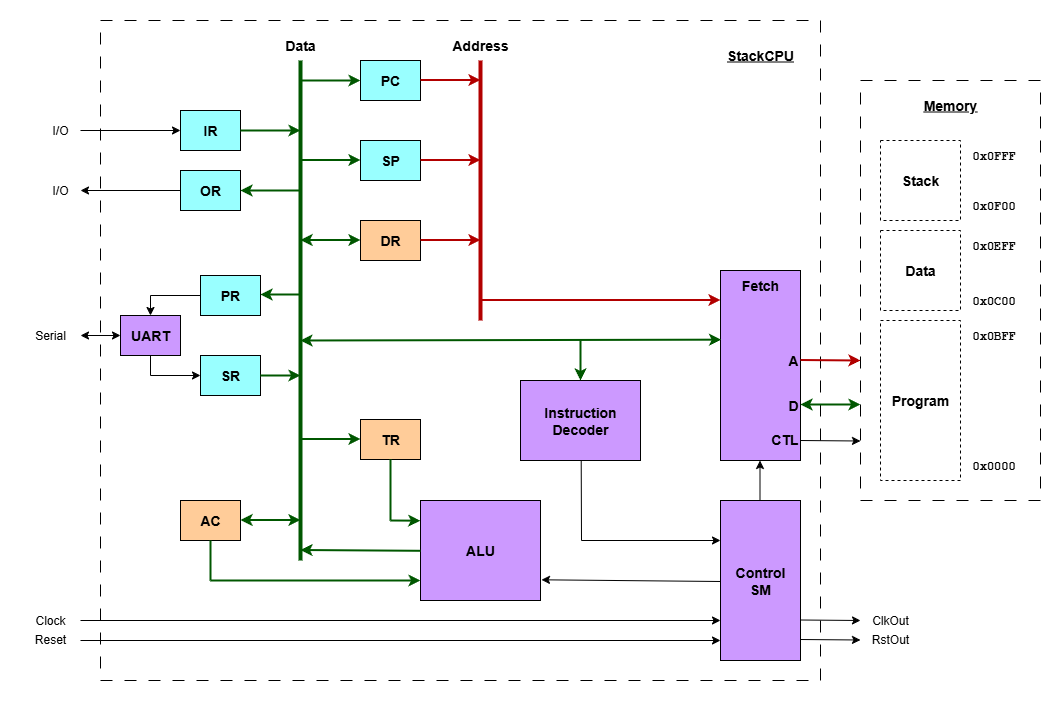
dervish77/StackCPU keeps this draw.io diagram as docs/StackCPU-Architecture.png. Above is the earlier version. Source tidied: cells renumbered, new cells last; positions are measured from the earlier drawing's top-left corner, leaving out a move shared by most shapes.
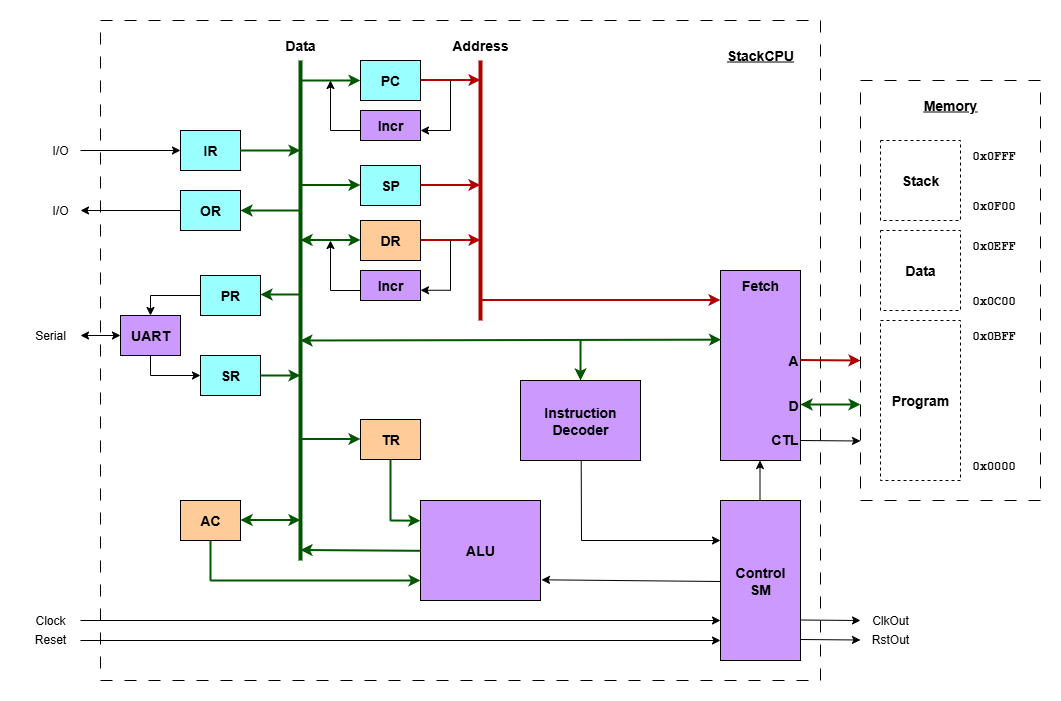
After the change.

Commit message:
added 'incr' blocks to arch diagram

Diff of the diagram source:
```diff
@@ -39,7 +39,7 @@
       <mxGeometry x="950" y="120" width="60" height="30" as="geometry" />
     </mxCell>
     <mxCell id="14" value="&lt;font style=&quot;font-size: 14px;&quot;&gt;&lt;b&gt;SP&lt;/b&gt;&lt;/font&gt;" style="rounded=0;whiteSpace=wrap;html=1;fillColor=#99FFFF;" parent="1" vertex="1">
-      <mxGeometry x="340" y="120" width="60" height="40" as="geometry" />
+      <mxGeometry x="340" y="145" width="60" height="40" as="geometry" />
     </mxCell>
     <mxCell id="15" value="&lt;font style=&quot;font-size: 14px;&quot;&gt;&lt;b&gt;DR&lt;/b&gt;&lt;/font&gt;" style="rounded=0;whiteSpace=wrap;html=1;fillColor=#FFCC99;" parent="1" vertex="1">
       <mxGeometry x="340" y="200" width="60" height="40" as="geometry" />
@@ -48,10 +48,10 @@
       <mxGeometry x="160" y="480" width="60" height="40" as="geometry" />
     </mxCell>
     <mxCell id="17" value="&lt;font style=&quot;font-size: 14px;&quot;&gt;&lt;b&gt;IR&lt;/b&gt;&lt;/font&gt;" style="rounded=0;whiteSpace=wrap;html=1;fillColor=#99FFFF;" parent="1" vertex="1">
-      <mxGeometry x="160" y="90" width="60" height="40" as="geometry" />
+      <mxGeometry x="160" y="110" width="60" height="40" as="geometry" />
     </mxCell>
     <mxCell id="18" value="&lt;font style=&quot;font-size: 14px;&quot;&gt;&lt;b&gt;OR&lt;/b&gt;&lt;/font&gt;" style="rounded=0;whiteSpace=wrap;html=1;fillColor=#99FFFF;" parent="1" vertex="1">
-      <mxGeometry x="160" y="150" width="60" height="40" as="geometry" />
+      <mxGeometry x="160" y="170" width="60" height="40" as="geometry" />
     </mxCell>
     <mxCell id="19" value="&lt;font style=&quot;font-size: 14px;&quot;&gt;&lt;b&gt;PR&lt;/b&gt;&lt;/font&gt;" style="rounded=0;whiteSpace=wrap;html=1;fillColor=#99FFFF;" parent="1" vertex="1">
       <mxGeometry x="180" y="255" width="60" height="40" as="geometry" />
@@ -93,8 +93,8 @@
     </mxCell>
     <mxCell id="29" style="endArrow=classic;html=1;rounded=0;entryX=0;entryY=0.5;entryDx=0;entryDy=0;fillColor=#008a00;strokeColor=#005700;strokeWidth=2;" parent="1" edge="1">
       <mxGeometry relative="1" as="geometry">
-        <mxPoint x="280" y="139.5" as="sourcePoint" />
-        <mxPoint x="340" y="139.5" as="targetPoint" />
+        <mxPoint x="280" y="164.5" as="sourcePoint" />
+        <mxPoint x="340" y="164.5" as="targetPoint" />
       </mxGeometry>
     </mxCell>
     <mxCell id="30" style="endArrow=classic;html=1;rounded=0;entryX=0;entryY=0.5;entryDx=0;entryDy=0;fillColor=#e51400;strokeColor=#B20000;strokeWidth=2;" parent="1" edge="1">
@@ -105,8 +105,8 @@
     </mxCell>
     <mxCell id="31" style="endArrow=classic;html=1;rounded=0;entryX=0;entryY=0.5;entryDx=0;entryDy=0;fillColor=#e51400;strokeColor=#B20000;strokeWidth=2;" parent="1" edge="1">
       <mxGeometry relative="1" as="geometry">
-        <mxPoint x="400" y="139.5" as="sourcePoint" />
-        <mxPoint x="460" y="139.5" as="targetPoint" />
+        <mxPoint x="400" y="164.5" as="sourcePoint" />
+        <mxPoint x="460" y="164.5" as="targetPoint" />
       </mxGeometry>
     </mxCell>
     <mxCell id="32" style="endArrow=classic;html=1;rounded=0;entryX=0;entryY=0.5;entryDx=0;entryDy=0;fillColor=#e51400;strokeColor=#B20000;strokeWidth=2;" parent="1" edge="1">
@@ -141,14 +141,14 @@
     </mxCell>
     <mxCell id="38" style="endArrow=classic;html=1;rounded=0;fillColor=#008a00;strokeColor=#005700;strokeWidth=2;" parent="1" edge="1">
       <mxGeometry relative="1" as="geometry">
-        <mxPoint x="280" y="170" as="sourcePoint" />
-        <mxPoint x="220" y="170" as="targetPoint" />
+        <mxPoint x="280" y="190" as="sourcePoint" />
+        <mxPoint x="220" y="190" as="targetPoint" />
       </mxGeometry>
     </mxCell>
     <mxCell id="39" style="endArrow=classic;html=1;rounded=0;entryX=0;entryY=0.5;entryDx=0;entryDy=0;fillColor=#008a00;strokeColor=#005700;strokeWidth=2;" parent="1" edge="1">
       <mxGeometry relative="1" as="geometry">
-        <mxPoint x="220" y="110" as="sourcePoint" />
-        <mxPoint x="280" y="110" as="targetPoint" />
+        <mxPoint x="220" y="130" as="sourcePoint" />
+        <mxPoint x="280" y="130" as="targetPoint" />
       </mxGeometry>
     </mxCell>
     <mxCell id="40" style="endArrow=classic;html=1;rounded=0;fillColor=#008a00;strokeColor=#005700;strokeWidth=2;" parent="1" edge="1">
@@ -188,23 +188,23 @@
     </mxCell>
     <mxCell id="46" style="endArrow=classic;html=1;rounded=0;" parent="1" edge="1">
       <mxGeometry relative="1" as="geometry">
-        <mxPoint x="160" y="170" as="sourcePoint" />
-        <mxPoint x="60" y="170" as="targetPoint" />
+        <mxPoint x="160" y="190" as="sourcePoint" />
+        <mxPoint x="60" y="190" as="targetPoint" />
       </mxGeometry>
     </mxCell>
     <mxCell id="47" style="endArrow=classic;html=1;rounded=0;entryX=0;entryY=0.5;entryDx=0;entryDy=0;" parent="1" edge="1" target="17">
       <mxGeometry relative="1" as="geometry">
-        <mxPoint x="60" y="110" as="sourcePoint" />
+        <mxPoint x="60" y="130" as="sourcePoint" />
       </mxGeometry>
     </mxCell>
     <mxCell id="48" value="&lt;font&gt;&lt;b&gt;&lt;u&gt;Memory&lt;/u&gt;&lt;/b&gt;&lt;/font&gt;" style="text;html=1;align=center;verticalAlign=middle;whiteSpace=wrap;rounded=0;fontSize=14;" parent="1" vertex="1">
       <mxGeometry x="900" y="70" width="60" height="30" as="geometry" />
     </mxCell>
     <mxCell id="49" value="I/O" style="text;html=1;align=center;verticalAlign=middle;whiteSpace=wrap;rounded=0;" parent="1" vertex="1">
-      <mxGeometry x="10" y="95" width="60" height="30" as="geometry" />
+      <mxGeometry x="10" y="115" width="60" height="30" as="geometry" />
     </mxCell>
     <mxCell id="50" value="I/O" style="text;html=1;align=center;verticalAlign=middle;whiteSpace=wrap;rounded=0;" parent="1" vertex="1">
-      <mxGeometry x="10" y="155" width="60" height="30" as="geometry" />
+      <mxGeometry x="10" y="175" width="60" height="30" as="geometry" />
     </mxCell>
     <mxCell id="51" value="Serial" style="text;html=1;align=center;verticalAlign=middle;whiteSpace=wrap;rounded=0;" parent="1" vertex="1">
       <mxGeometry y="300" width="60" height="30" as="geometry" />
@@ -345,5 +345,59 @@
     <mxCell id="80" value="Reset" style="text;html=1;align=center;verticalAlign=middle;whiteSpace=wrap;rounded=0;" parent="1" vertex="1">
       <mxGeometry y="604" width="60" height="30" as="geometry" />
     </mxCell>
+    <mxCell id="81" value="&lt;font style=&quot;font-size: 14px;&quot;&gt;&lt;b&gt;Incr&lt;/b&gt;&lt;/font&gt;" style="rounded=0;whiteSpace=wrap;html=1;fillColor=#CC99FF;" parent="1" vertex="1">
+      <mxGeometry x="340" y="90" width="60" height="30" as="geometry" />
+    </mxCell>
+    <mxCell id="82" value="&lt;font style=&quot;font-size: 14px;&quot;&gt;&lt;b&gt;Incr&lt;/b&gt;&lt;/font&gt;" style="rounded=0;whiteSpace=wrap;html=1;fillColor=#CC99FF;" parent="1" vertex="1">
+      <mxGeometry x="340" y="250" width="60" height="30" as="geometry" />
+    </mxCell>
+    <mxCell id="83" style="endArrow=none;html=1;rounded=0;" parent="1" edge="1">
+      <mxGeometry relative="1" as="geometry">
+        <mxPoint x="430" y="110" as="sourcePoint" />
+        <mxPoint x="430" y="60" as="targetPoint" />
+      </mxGeometry>
+    </mxCell>
+    <mxCell id="84" style="endArrow=classic;html=1;rounded=0;" parent="1" edge="1">
+      <mxGeometry relative="1" as="geometry">
+        <mxPoint x="430" y="110" as="sourcePoint" />
+        <mxPoint x="400" y="110" as="targetPoint" />
+      </mxGeometry>
+    </mxCell>
+    <mxCell id="85" style="endArrow=none;html=1;rounded=0;" parent="1" edge="1">
+      <mxGeometry relative="1" as="geometry">
+        <mxPoint x="310" y="110" as="sourcePoint" />
+        <mxPoint x="340" y="110" as="targetPoint" />
+      </mxGeometry>
+    </mxCell>
+    <mxCell id="86" style="endArrow=classic;html=1;rounded=0;" parent="1" edge="1">
+      <mxGeometry relative="1" as="geometry">
+        <mxPoint x="310" y="110" as="sourcePoint" />
+        <mxPoint x="310" y="60" as="targetPoint" />
+      </mxGeometry>
+    </mxCell>
+    <mxCell id="87" style="endArrow=none;html=1;rounded=0;" parent="1" edge="1">
+      <mxGeometry relative="1" as="geometry">
+        <mxPoint x="430" y="270" as="sourcePoint" />
+        <mxPoint x="430" y="220" as="targetPoint" />
+      </mxGeometry>
+    </mxCell>
+    <mxCell id="88" style="endArrow=classic;html=1;rounded=0;" parent="1" edge="1">
+      <mxGeometry relative="1" as="geometry">
+        <mxPoint x="430" y="269.8" as="sourcePoint" />
+        <mxPoint x="400" y="269.8" as="targetPoint" />
+      </mxGeometry>
+    </mxCell>
+    <mxCell id="89" style="endArrow=none;html=1;rounded=0;" parent="1" edge="1">
+      <mxGeometry relative="1" as="geometry">
+        <mxPoint x="310" y="270" as="sourcePoint" />
+        <mxPoint x="340" y="270" as="targetPoint" />
+      </mxGeometry>
+    </mxCell>
+    <mxCell id="90" style="endArrow=classic;html=1;rounded=0;" parent="1" edge="1">
+      <mxGeometry relative="1" as="geometry">
+        <mxPoint x="310" y="270" as="sourcePoint" />
+        <mxPoint x="310" y="220" as="targetPoint" />
+      </mxGeometry>
+    </mxCell>
   </root>
 </mxGraphModel>
```
